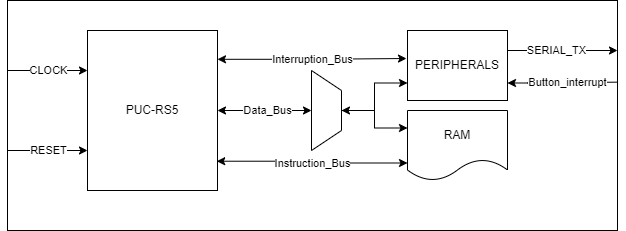
Earlier version of the draw.io export imgs/RS5_Environment.png (gaph-pucrs/RS5). Source tidied: cells renumbered, new cells last; positions are measured from the earlier drawing's top-left corner, leaving out a move shared by most shapes.
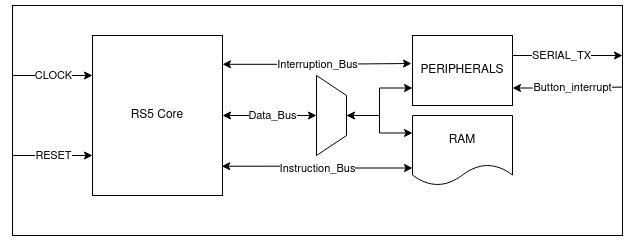
After the commit.

Commit message:
Renamed core in images and path in readme.

Change to the diagram source:
```diff
@@ -14,7 +14,7 @@
     <mxCell id="5" value="Interruption_Bus" style="edgeStyle=orthogonalEdgeStyle;rounded=0;jettySize=auto;html=1;exitX=1;exitY=0.18;exitDx=0;exitDy=0;entryX=-0.01;entryY=0.4;entryDx=0;entryDy=0;exitPerimeter=0;entryPerimeter=0;startArrow=classic;startFill=1;" parent="1" edge="1" source="6" target="10">
       <mxGeometry relative="1" as="geometry" />
     </mxCell>
-    <mxCell id="6" value="PUC-RS5" style="rounded=0;whiteSpace=wrap;html=1;points=[[0,0,0,0,0],[0,0.25,0,0,0],[0,0.5,0,0,0],[0,0.75,0,0,0],[0,1,0,0,0],[0.25,0,0,0,0],[0.25,1,0,0,0],[0.5,0,0,0,0],[0.5,1,0,0,0],[0.75,0,0,0,0],[0.75,1,0,0,0],[1,0,0,0,0],[1,0.18,0,0,0],[1,0.5,0,0,0],[1,0.81,0,0,0],[1,1,0,0,0]];" parent="1" vertex="1">
+    <mxCell id="6" value="RS5 Core" style="rounded=0;whiteSpace=wrap;html=1;points=[[0,0,0,0,0],[0,0.25,0,0,0],[0,0.5,0,0,0],[0,0.75,0,0,0],[0,1,0,0,0],[0.25,0,0,0,0],[0.25,1,0,0,0],[0.5,0,0,0,0],[0.5,1,0,0,0],[0.75,0,0,0,0],[0.75,1,0,0,0],[1,0,0,0,0],[1,0.18,0,0,0],[1,0.5,0,0,0],[1,0.81,0,0,0],[1,1,0,0,0]];" parent="1" vertex="1">
       <mxGeometry x="80" y="30" width="130" height="160" as="geometry" />
     </mxCell>
     <mxCell id="7" value="RAM" style="shape=document;whiteSpace=wrap;html=1;boundedLbl=1;" parent="1" vertex="1">
```
